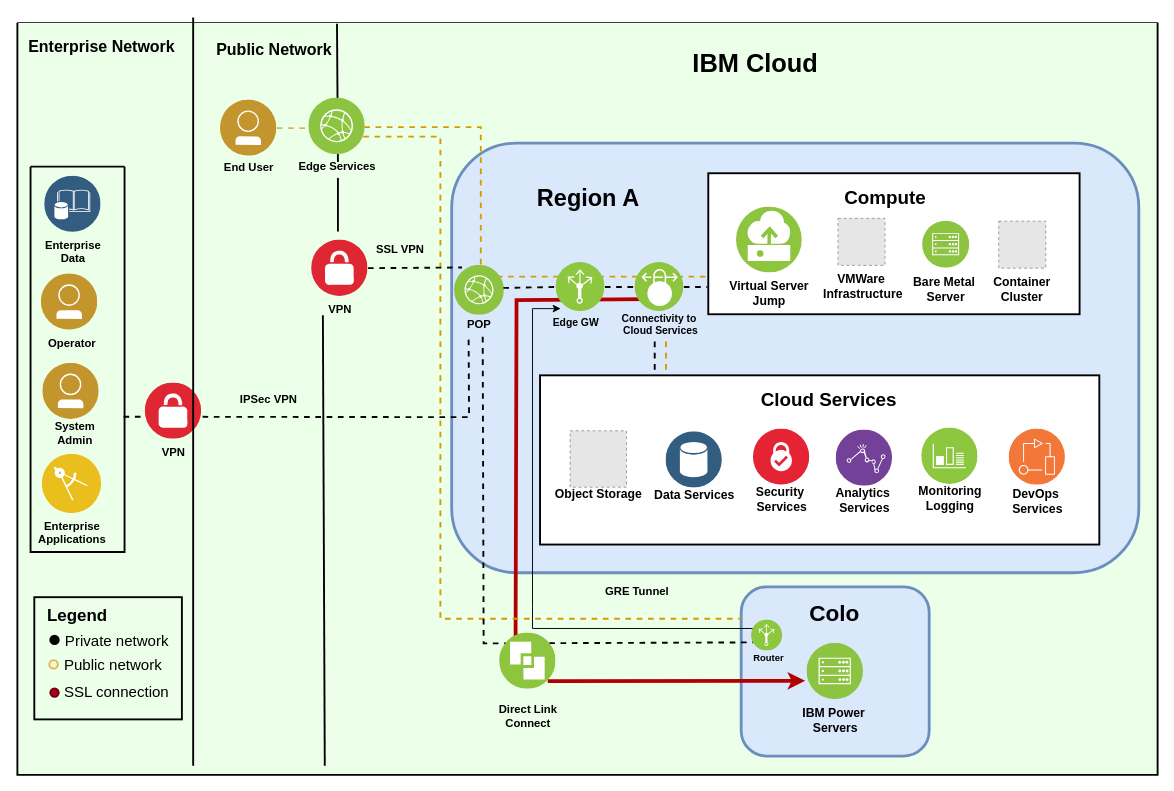
The draw.io diagram page "network-private-ipsec-gre" (2 of 8) of diagrams/power-iaas-diagram-enhanced.drawio in ibm-cloud-docs/power-iaas, before the edit. Source tidied: cells renumbered, new cells numbered last; positions are measured from the earlier drawing's top-left corner, leaving out a move shared by most shapes. Both pictures are drawn from the tidied source at 94%, with x=0, y=0 at pixel (17, 17). Pictures stored in the file or linked from it are replaced by grey dashed boxes.
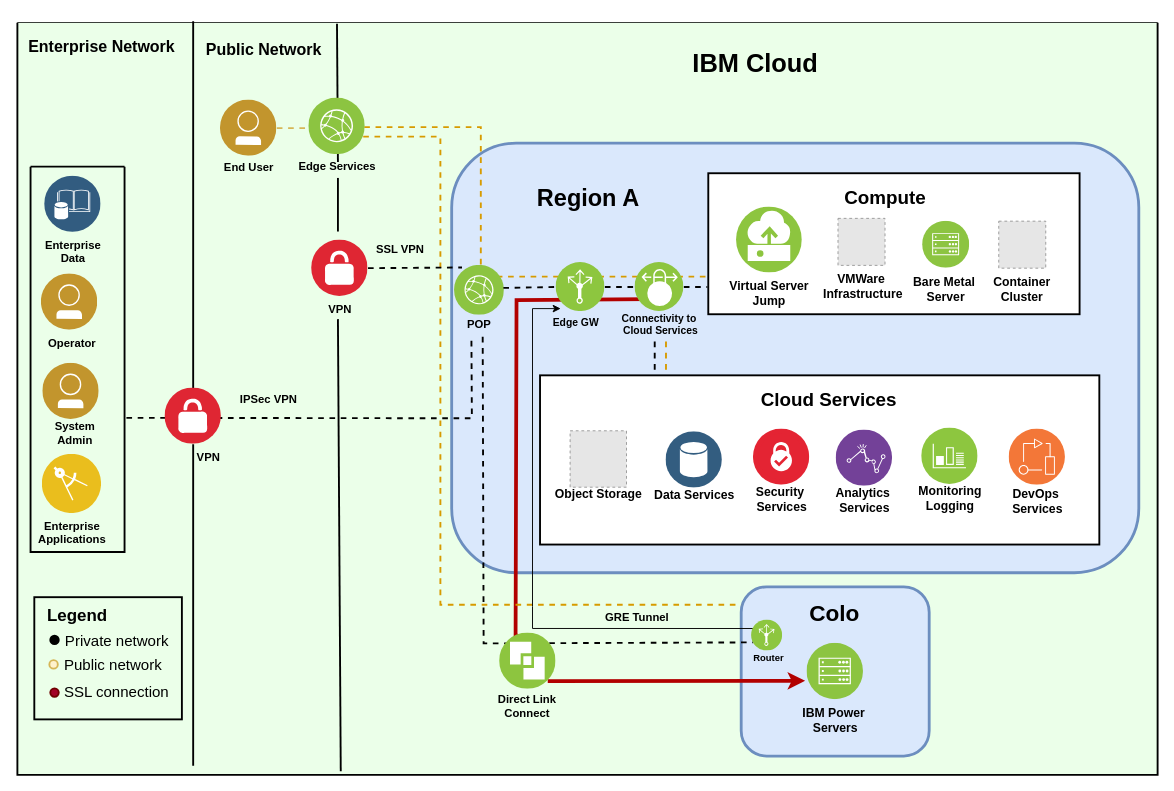
The same diagram, later.

The change refers to these unchanged cells:
```xml
<mxCell id="3" style="rounded=1;whiteSpace=wrap;html=1;labelBackgroundColor=none;fillColor=#dae8fc;fontSize=24;align=right;strokeColor=#6c8ebf;strokeWidth=3;" parent="2" vertex="1">
  <mxGeometry x="770" y="600" width="200" height="180" as="geometry" />
</mxCell>
<mxCell id="63" value="&lt;div&gt;Edge Services&lt;/div&gt;" style="perimeter=ellipsePerimeter;align=center;shadow=0;dashed=0;image;image=img/lib/ibm/infrastructure/edge_services.svg;labelBackgroundColor=none;strokeColor=#666666;strokeWidth=2;fillColor=#C2952D;gradientColor=none;fontSize=12;fontColor=#000000;spacingTop=-1;html=1;fontStyle=1;" parent="2" vertex="1">
  <mxGeometry x="310" y="80" width="60" height="60" as="geometry" />
</mxCell>
```

Change to the diagram source:
```diff
@@
-    <mxCell id="2" style="swimlane;shadow=0;align=right;startSize=0;strokeWidth=2;fontStyle=1;fontSize=10;verticalAlign=top;spacingTop=-6;html=1;labelBackgroundColor=none;swimlaneLine=1;swimlaneFillColor=#EBFFE9;fillColor=#e51400;strokeColor=#000000;fontColor=#33FFFF;labelBorderColor=none;" parent="1" vertex="1">
+    <mxCell id="2" style="swimlane;shadow=0;align=right;startSize=0;strokeWidth=2;fontStyle=1;fontSize=10;verticalAlign=top;spacingTop=-6;html=1;labelBackgroundColor=none;swimlaneLine=1;swimlaneFillColor=#EBFFE9;fillColor=#ffffff;strokeColor=#000000;fontColor=#33FFFF;labelBorderColor=none;" parent="1" vertex="1">
       <mxGeometry y="5.8" width="1213" height="800" as="geometry" />
     </mxCell>
@@
     <mxCell id="6" value="Public Network" style="text;align=left;verticalAlign=top;shadow=0;dashed=0;labelBackgroundColor=none;fontStyle=1;fontSize=17;spacingLeft=5;whiteSpace=wrap;spacing=0;fontColor=#000000;html=1;" parent="2" vertex="1">
-      <mxGeometry x="207" y="14" width="126" height="31" as="geometry" />
+      <mxGeometry x="196" y="14" width="126" height="31" as="geometry" />
     </mxCell>
@@
     <mxCell id="51" value="Direct Link &lt;br&gt;Connect" style="text;html=1;align=center;verticalAlign=middle;fillColor=none;strokeColor=none;rounded=0;labelBackgroundColor=none;fontSize=12;fontColor=none;fontStyle=1;" parent="2" vertex="1">
-      <mxGeometry x="509" y="721" width="68" height="33" as="geometry" />
+      <mxGeometry x="508" y="710.2" width="68" height="33" as="geometry" />
     </mxCell>
-    <mxCell id="52" style="edgeStyle=orthogonalEdgeStyle;rounded=0;orthogonalLoop=1;jettySize=auto;html=1;dashed=1;startArrow=none;startFill=0;endArrow=none;endFill=0;strokeWidth=2;fontSize=11;fontColor=none;" parent="2" edge="1">
-      <mxGeometry relative="1" as="geometry">
-        <mxPoint x="113" y="419" as="sourcePoint" />
-        <mxPoint x="480" y="333" as="targetPoint" />
-      </mxGeometry>
-    </mxCell>
-    <mxCell id="53" value="&lt;font&gt;VPN&lt;/font&gt;" style="perimeter=ellipsePerimeter;align=center;shadow=0;dashed=0;image;image=img/lib/ibm/security/vpn.svg;fontColor=#000000;html=1;labelBackgroundColor=none;fontStyle=1;" parent="2" vertex="1">
-      <mxGeometry x="136" y="383" width="60" height="60" as="geometry" />
-    </mxCell>
@@
     <mxCell id="55" style="edgeStyle=orthogonalEdgeStyle;rounded=0;jettySize=auto;html=1;startArrow=none;startFill=0;endArrow=none;endFill=0;strokeWidth=2;fontSize=11;fontColor=none;fillColor=#ffe6cc;strokeColor=#d79b00;dashed=1;" parent="2" edge="1" source="63" target="3">
       <mxGeometry relative="1" as="geometry">
         <Array as="points">
           <mxPoint x="450" y="121" />
-          <mxPoint x="450" y="634" />
+          <mxPoint x="450" y="619" />
         </Array>
       </mxGeometry>
     </mxCell>
@@
     <mxCell id="70" value="GRE Tunnel" style="text;html=1;align=center;verticalAlign=middle;fillColor=none;strokeColor=none;rounded=0;labelBackgroundColor=none;fontSize=12;fontColor=none;fontStyle=1;" parent="2" vertex="1">
-      <mxGeometry x="619" y="596" width="79" height="19" as="geometry" />
+      <mxGeometry x="619" y="623.2" width="79" height="19" as="geometry" />
     </mxCell>
+    <mxCell id="72" style="endArrow=none;html=1;strokeWidth=2;fontSize=12;fontColor=none;" parent="2" edge="1">
+      <mxGeometry relative="1" as="geometry">
+        <mxPoint x="344" y="796.2" as="sourcePoint" />
+        <mxPoint x="341" y="315.2" as="targetPoint" />
+      </mxGeometry>
+    </mxCell>
+    <mxCell id="52" style="edgeStyle=orthogonalEdgeStyle;rounded=0;orthogonalLoop=1;jettySize=auto;html=1;dashed=1;startArrow=none;startFill=0;endArrow=none;endFill=0;strokeWidth=2;fontSize=11;fontColor=none;" parent="2" edge="1">
+      <mxGeometry relative="1" as="geometry">
+        <mxPoint x="116" y="420.2" as="sourcePoint" />
+        <mxPoint x="483" y="334.2" as="targetPoint" />
+      </mxGeometry>
+    </mxCell>
-    <mxCell id="71" style="edgeStyle=none;rounded=0;orthogonalLoop=1;jettySize=auto;html=1;startArrow=none;startFill=0;endArrow=none;endFill=0;strokeWidth=2;fontSize=25;fontColor=none;" parent="1" edge="1">
+    <mxCell id="71" style="edgeStyle=none;rounded=0;jettySize=auto;html=1;startArrow=none;startFill=0;endArrow=none;endFill=0;strokeWidth=2;fontSize=25;fontColor=none;" parent="1" edge="1" source="53">
       <mxGeometry relative="1" as="geometry">
-        <mxPoint x="187" as="sourcePoint" />
         <mxPoint x="187" y="796" as="targetPoint" />
       </mxGeometry>
     </mxCell>
-    <mxCell id="72" style="endArrow=none;html=1;strokeWidth=2;fontSize=12;fontColor=none;" parent="1" edge="1">
-      <mxGeometry relative="1" as="geometry">
-        <mxPoint x="327" y="796" as="sourcePoint" />
-        <mxPoint x="325" y="317" as="targetPoint" />
-      </mxGeometry>
-    </mxCell>
+    <mxCell id="75" style="edgeStyle=none;rounded=0;jettySize=auto;html=1;startArrow=none;startFill=0;endArrow=none;endFill=0;strokeWidth=2;fontSize=25;fontColor=none;" parent="1" edge="1" target="53">
+      <mxGeometry relative="1" as="geometry">
+        <mxPoint x="187" y="4" as="sourcePoint" />
+      </mxGeometry>
+    </mxCell>
@@
+    <mxCell id="53" value="&lt;font&gt;VPN&lt;/font&gt;" style="perimeter=ellipsePerimeter;align=center;shadow=0;dashed=0;image;image=img/lib/ibm/security/vpn.svg;fontColor=#000000;html=1;labelBackgroundColor=none;fontStyle=1;spacingRight=0;spacingLeft=31;" parent="73" vertex="1">
+      <mxGeometry x="157" y="394.2" width="60" height="60" as="geometry" />
+    </mxCell>
```
